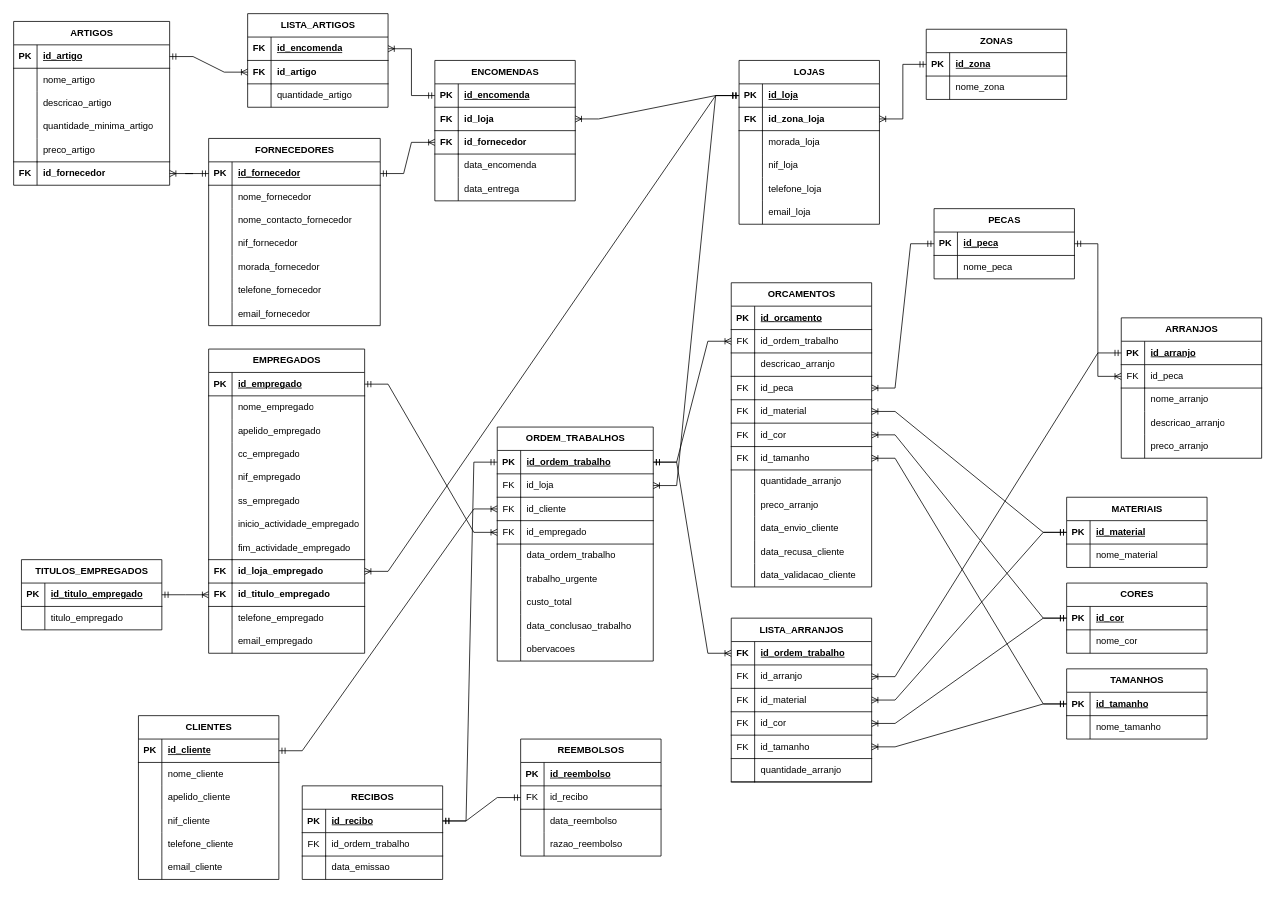
Above: MR.drawio in Blasterfil/RetroSkill (draw.io), before the change. Source tidied: cells renumbered, new cells numbered last; positions are measured from the earlier drawing's top-left corner, leaving out a move shared by most shapes. Both pictures are drawn from the tidied source at 78%, with x=0, y=0 at pixel (13, 13).
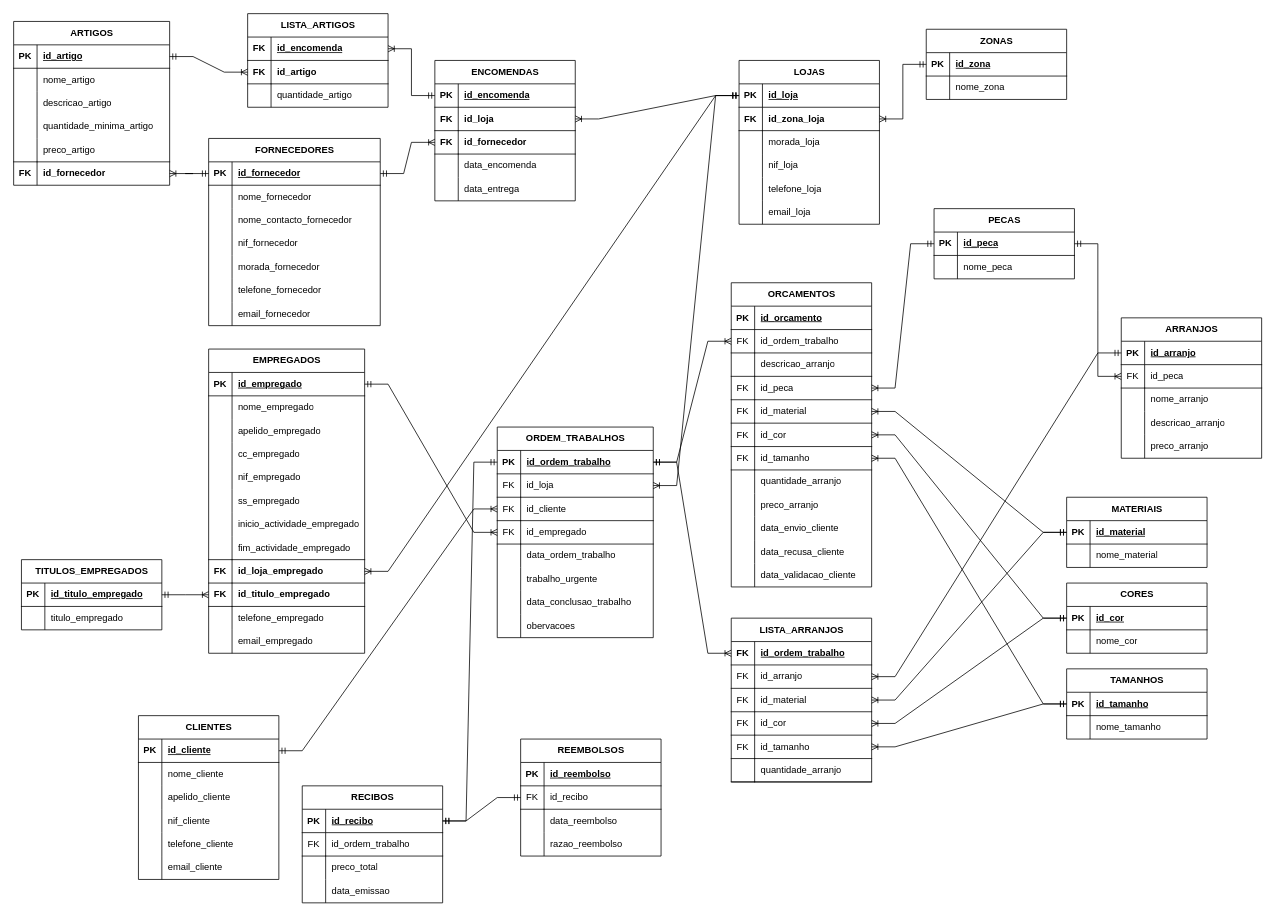
The same diagram, later.

Unchanged cells that the change refers to:
```xml
<mxCell id="227" style="shape=tableRow;horizontal=0;startSize=0;swimlaneHead=0;swimlaneBody=0;fillColor=none;top=0;left=0;right=0;bottom=0;rounded=0;labelBackgroundColor=none;" parent="208" vertex="1">
  <mxGeometry y="210" width="200" height="30" as="geometry" />
</mxCell>
<mxCell id="230" style="shape=tableRow;horizontal=0;startSize=0;swimlaneHead=0;swimlaneBody=0;fillColor=none;top=0;left=0;right=0;bottom=0;rounded=0;labelBackgroundColor=none;" parent="208" vertex="1">
  <mxGeometry y="240" width="200" height="30" as="geometry" />
</mxCell>
<mxCell id="314" style="shape=tableRow;horizontal=0;startSize=0;swimlaneHead=0;swimlaneBody=0;fillColor=none;top=0;left=0;right=0;bottom=0;rounded=0;labelBackgroundColor=none;" parent="307" vertex="1">
  <mxGeometry y="90" width="180" height="30" as="geometry" />
</mxCell>
```

What changed in the source:
```diff
@@
     <mxCell id="208" value="ORDEM_TRABALHOS" style="shape=table;startSize=30;childLayout=tableLayout;rowLines=0;fontStyle=1;align=center;html=1;rounded=0;labelBackgroundColor=none;" parent="1" vertex="1">
-      <mxGeometry x="620" y="530" width="200" height="300" as="geometry" />
+      <mxGeometry x="620" y="530" width="200" height="270" as="geometry" />
     </mxCell>
@@
-    <mxCell id="229" value="custo_total" style="shape=partialRectangle;fillColor=none;top=0;left=0;bottom=0;right=0;align=left;spacingLeft=6;overflow=hidden;whiteSpace=wrap;html=1;rounded=0;labelBackgroundColor=none;" parent="227" vertex="1">
+    <mxCell id="229" value="data_conclusao_trabalho" style="shape=partialRectangle;fillColor=none;top=0;left=0;bottom=0;right=0;align=left;spacingLeft=6;overflow=hidden;whiteSpace=wrap;html=1;rounded=0;labelBackgroundColor=none;" parent="227" vertex="1">
       <mxGeometry x="30" width="170" height="30" as="geometry" />
     </mxCell>
@@
-    <mxCell id="232" value="data_conclusao_trabalho" style="shape=partialRectangle;fillColor=none;top=0;left=0;bottom=0;right=0;align=left;spacingLeft=6;overflow=hidden;whiteSpace=wrap;html=1;rounded=0;labelBackgroundColor=none;" parent="230" vertex="1">
+    <mxCell id="232" value="obervacoes" style="shape=partialRectangle;fillColor=none;top=0;left=0;bottom=0;right=0;align=left;spacingLeft=6;overflow=hidden;whiteSpace=wrap;html=1;rounded=0;labelBackgroundColor=none;" parent="230" vertex="1">
       <mxGeometry x="30" width="170" height="30" as="geometry" />
     </mxCell>
-    <mxCell id="233" style="shape=tableRow;horizontal=0;startSize=0;swimlaneHead=0;swimlaneBody=0;fillColor=none;top=0;left=0;right=0;bottom=0;rounded=0;labelBackgroundColor=none;" parent="208" vertex="1">
-      <mxGeometry y="270" width="200" height="30" as="geometry" />
-    </mxCell>
-    <mxCell id="234" style="shape=partialRectangle;fillColor=none;top=0;left=0;bottom=0;right=0;overflow=hidden;whiteSpace=wrap;html=1;rounded=0;labelBackgroundColor=none;" parent="233" vertex="1">
-      <mxGeometry width="30" height="30" as="geometry" />
-    </mxCell>
-    <mxCell id="235" value="obervacoes" style="shape=partialRectangle;fillColor=none;top=0;left=0;bottom=0;right=0;align=left;spacingLeft=6;overflow=hidden;whiteSpace=wrap;html=1;rounded=0;labelBackgroundColor=none;" parent="233" vertex="1">
-      <mxGeometry x="30" width="170" height="30" as="geometry" />
-    </mxCell>
@@
     <mxCell id="307" value="RECIBOS" style="shape=table;startSize=30;childLayout=tableLayout;rowLines=0;fontStyle=1;align=center;html=1;rounded=0;labelBackgroundColor=none;" parent="1" vertex="1">
-      <mxGeometry x="370" y="990" width="180" height="120" as="geometry" />
+      <mxGeometry x="370" y="990" width="180" height="150" as="geometry" />
     </mxCell>
@@
-    <mxCell id="316" value="data_emissao" style="shape=partialRectangle;fillColor=none;top=0;left=0;bottom=0;right=0;align=left;spacingLeft=6;overflow=hidden;whiteSpace=wrap;html=1;rounded=0;labelBackgroundColor=none;" parent="314" vertex="1">
+    <mxCell id="316" value="preco_total" style="shape=partialRectangle;fillColor=none;top=0;left=0;bottom=0;right=0;align=left;spacingLeft=6;overflow=hidden;whiteSpace=wrap;html=1;rounded=0;labelBackgroundColor=none;" parent="314" vertex="1">
       <mxGeometry x="30" width="150" height="30" as="geometry" />
     </mxCell>
+    <mxCell id="333" style="shape=tableRow;horizontal=0;startSize=0;swimlaneHead=0;swimlaneBody=0;fillColor=none;top=0;left=0;right=0;bottom=0;rounded=0;labelBackgroundColor=none;" parent="307" vertex="1">
+      <mxGeometry y="120" width="180" height="30" as="geometry" />
+    </mxCell>
+    <mxCell id="234" style="shape=partialRectangle;fillColor=none;top=0;left=0;bottom=0;right=0;overflow=hidden;whiteSpace=wrap;html=1;rounded=0;labelBackgroundColor=none;" parent="333" vertex="1">
+      <mxGeometry width="30" height="30" as="geometry" />
+    </mxCell>
+    <mxCell id="334" value="data_emissao" style="shape=partialRectangle;fillColor=none;top=0;left=0;bottom=0;right=0;align=left;spacingLeft=6;overflow=hidden;whiteSpace=wrap;html=1;rounded=0;labelBackgroundColor=none;" parent="333" vertex="1">
+      <mxGeometry x="30" width="150" height="30" as="geometry" />
+    </mxCell>
```
